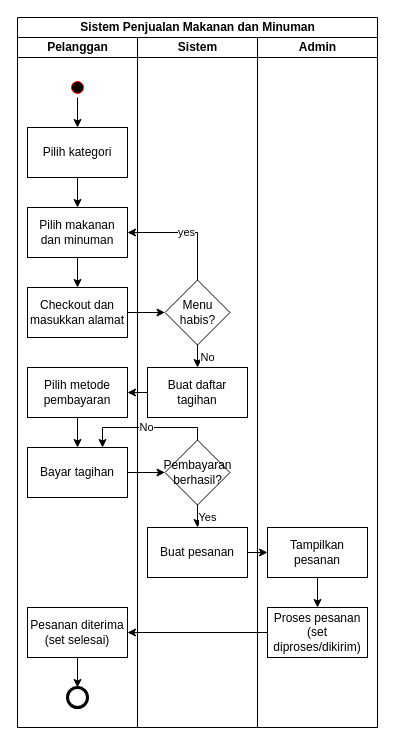
Above: Untitled Diagram.drawio in dzikfr/codewarsjs (draw.io), before the change. Source tidied: cells renumbered, new cells numbered last; positions are measured from the earlier drawing's top-left corner, leaving out a move shared by most shapes. Both pictures are drawn from the tidied source at 100%, with x=0, y=0 at pixel (17, 17).
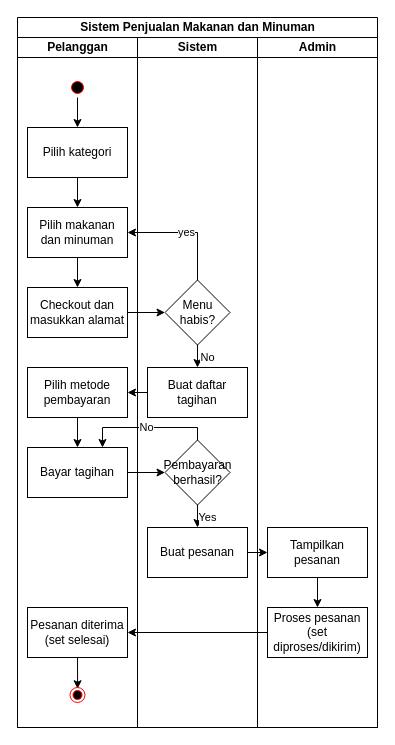
The same page after the edit.

The change refers to these unchanged cells:
```xml
<mxCell id="3" value="Pelanggan" style="swimlane;startSize=20;html=1;" parent="2" vertex="1">
  <mxGeometry y="20" width="120" height="690" as="geometry" />
</mxCell>
<mxCell id="15" value="Pesanan diterima&lt;div&gt;(set selesai)&lt;/div&gt;" style="rounded=0;whiteSpace=wrap;html=1;" parent="3" vertex="1">
  <mxGeometry x="10" y="570" width="100" height="50" as="geometry" />
</mxCell>
```

Change to the diagram source:
```diff
@@
-    <mxCell id="14" style="edgeStyle=orthogonalEdgeStyle;rounded=0;jettySize=auto;html=1;exitX=0.5;exitY=1;exitDx=0;exitDy=0;" parent="3" edge="1" source="15" target="16">
+    <mxCell id="14" style="edgeStyle=orthogonalEdgeStyle;rounded=0;jettySize=auto;html=1;exitX=0.5;exitY=1;exitDx=0;exitDy=0;entryX=0.507;entryY=0.082;entryDx=0;entryDy=0;entryPerimeter=0;" parent="3" edge="1" source="15" target="35">
       <mxGeometry relative="1" as="geometry" />
     </mxCell>
@@
-    <mxCell id="16" style="points=[[0.145,0.145,0],[0.5,0,0],[0.855,0.145,0],[1,0.5,0],[0.855,0.855,0],[0.5,1,0],[0.145,0.855,0],[0,0.5,0]];shape=mxgraph.bpmn.event;html=1;verticalLabelPosition=bottom;labelBackgroundColor=#ffffff;verticalAlign=top;align=center;perimeter=ellipsePerimeter;outlineConnect=0;outline=end;symbol=terminate2;" parent="3" vertex="1">
-      <mxGeometry x="50" y="650" width="20" height="20" as="geometry" />
-    </mxCell>
+    <mxCell id="35" style="ellipse;html=1;shape=endState;fillColor=#000000;strokeColor=#ff0000;" parent="3" vertex="1">
+      <mxGeometry x="52.5" y="650" width="15" height="15" as="geometry" />
+    </mxCell>
```
